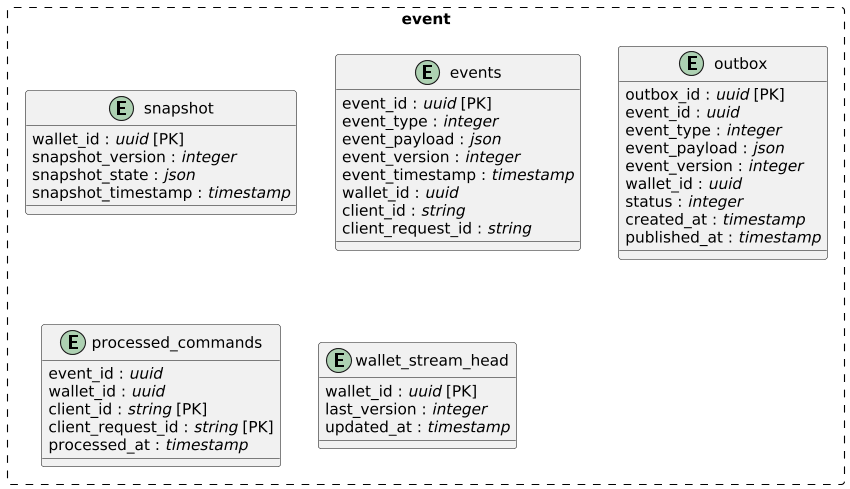
Earlier version of the PlantUML export software-docs/entity model/event_db.png (raj-mistry-01/Event-Driven-Ledger).
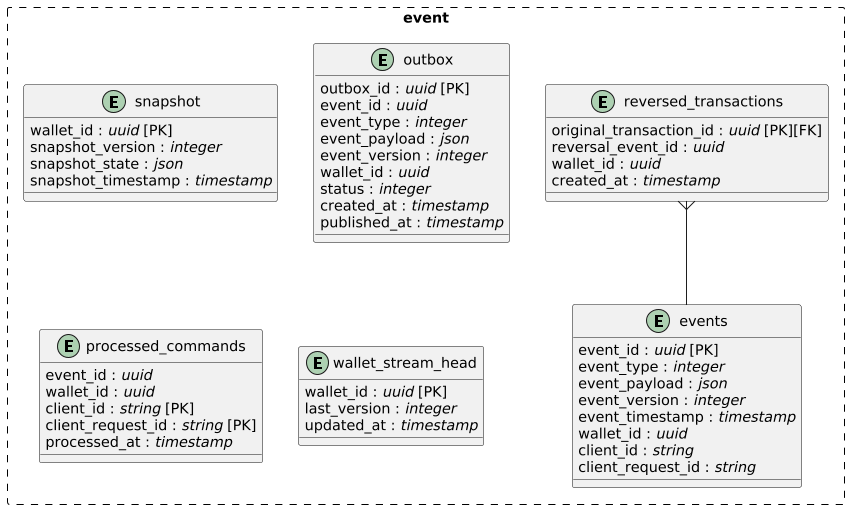
Above is the later version.

Diff of the diagram source:
```diff
@@ -5,7 +5,7 @@
 
 scale 850*600
 package event #line.dashed{
-entity snapshot {
+entity snapshot{
   wallet_id : //uuid// [PK]
   snapshot_version : //integer//
   snapshot_state : //json//
@@ -43,11 +43,20 @@
   processed_at : //timestamp//
 }
 
+entity reversed_transactions{
+    original_transaction_id : //uuid// [PK][FK]
+    reversal_event_id : //uuid//
+    wallet_id : //uuid//
+    created_at : //timestamp//
+}
+
 entity wallet_stream_head {
   wallet_id : //uuid// [PK]
   last_version : //integer//
   updated_at : //timestamp//
 }
 
+reversed_transactions }-- events
+
 }
 @enduml
```
